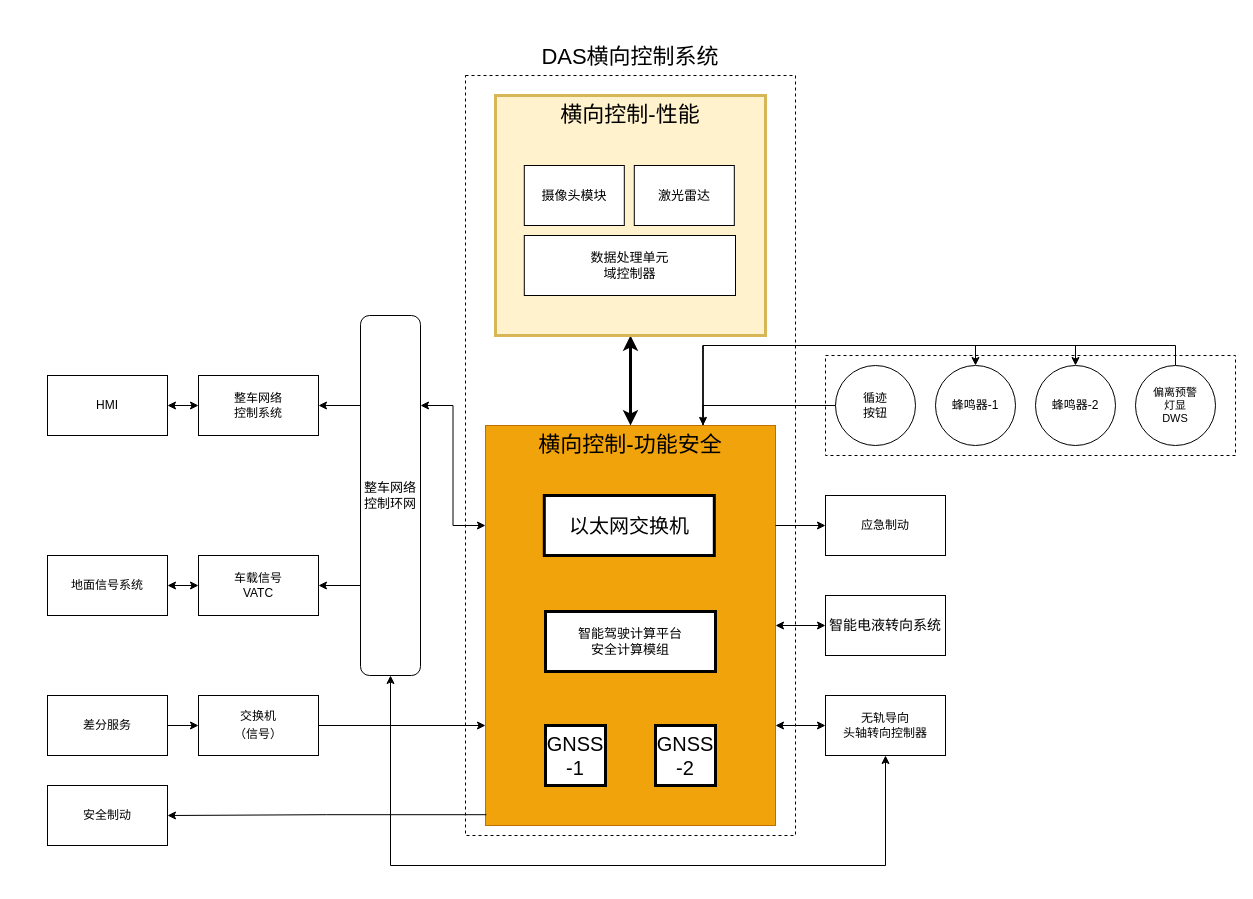
The draw.io diagram page "横向控制安全部分与外部系统关联关系图" (7 of 16) of 马来DAS系统关联关系图.drawio in FrankWong-cs/SharingwithColleagues, before the edit. Source tidied: cells renumbered, new cells numbered last; positions are measured from the earlier drawing's top-left corner, leaving out a move shared by most shapes. Both pictures are drawn from the tidied source at 100%, with x=0, y=0 at pixel (47, 42).
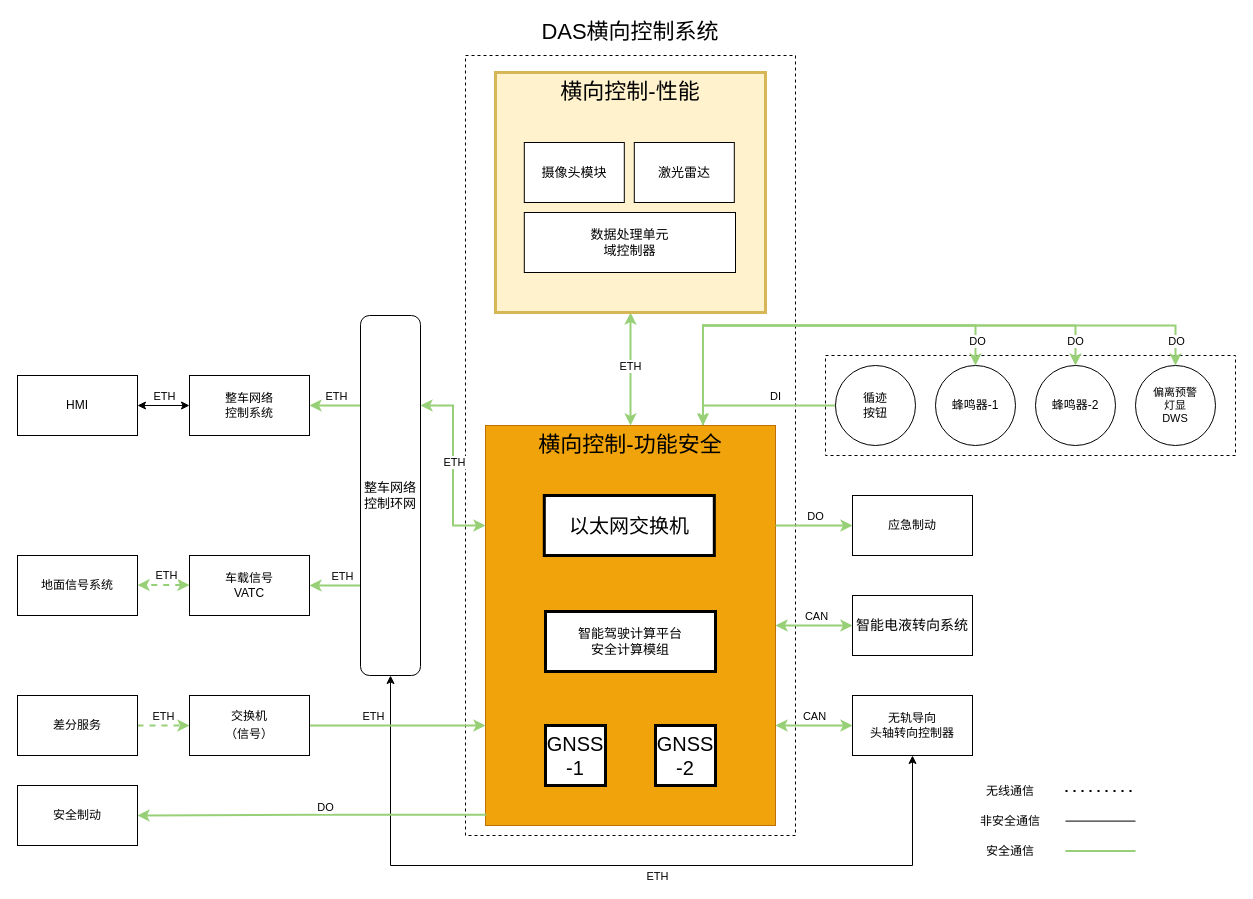
The same diagram, later.

Commit message:
Update 马来DAS系统关联关系图.drawio

The change refers to these unchanged cells:
```xml
<mxCell id="8" value="&lt;div&gt;&lt;div class=&quot;old-record-id-GPKydue6zoJXwUx4ma1c4SqAniA&quot;&gt;&lt;font style=&quot;font-size: 22px;&quot;&gt;横向控制-功能安全&lt;/font&gt;&lt;/div&gt;&lt;/div&gt;" style="rounded=0;whiteSpace=wrap;html=1;fontSize=13;align=center;verticalAlign=top;fillColor=#f0a30a;strokeColor=#BD7000;fontColor=#000000;" parent="1" vertex="1">
  <mxGeometry x="438" y="383" width="290" height="400" as="geometry" />
</mxCell>
<mxCell id="23" value="整车网络&lt;br&gt;控制环网" style="rounded=1;whiteSpace=wrap;html=1;fontSize=13;strokeWidth=1;" parent="1" vertex="1">
  <mxGeometry x="313" y="273" width="60" height="360" as="geometry" />
</mxCell>
<mxCell id="25" style="edgeStyle=orthogonalEdgeStyle;rounded=0;jettySize=auto;html=1;exitX=0;exitY=0.5;exitDx=0;exitDy=0;entryX=1;entryY=0.5;entryDx=0;entryDy=0;startArrow=classic;startFill=1;" parent="1" edge="1" source="26" target="27">
  <mxGeometry relative="1" as="geometry" />
</mxCell>
<mxCell id="37" value="循迹&lt;br&gt;按钮" style="ellipse;whiteSpace=wrap;html=1;" parent="1" vertex="1">
  <mxGeometry x="788" y="323" width="80" height="80" as="geometry" />
</mxCell>
<mxCell id="38" value="蜂鸣器-1" style="ellipse;whiteSpace=wrap;html=1;" parent="1" vertex="1">
  <mxGeometry x="888" y="323" width="80" height="80" as="geometry" />
</mxCell>
<mxCell id="39" value="蜂鸣器-2" style="ellipse;whiteSpace=wrap;html=1;" parent="1" vertex="1">
  <mxGeometry x="988" y="323" width="80" height="80" as="geometry" />
</mxCell>
<mxCell id="45" value="&lt;span style=&quot;font-size: 11px;&quot;&gt;偏离预警&lt;/span&gt;&lt;div style=&quot;font-size: 11px;&quot;&gt;灯显&lt;/div&gt;&lt;div style=&quot;font-size: 11px;&quot;&gt;DWS&lt;/div&gt;" style="ellipse;whiteSpace=wrap;html=1;fontSize=11;" parent="1" vertex="1">
  <mxGeometry x="1088" y="323" width="80" height="80" as="geometry" />
</mxCell>
```

Change to the diagram source:
```diff
@@
     <mxCell id="3" style="rounded=0;whiteSpace=wrap;html=1;dashed=1;fontSize=13;align=center;verticalAlign=top;" parent="1" vertex="1">
-      <mxGeometry x="418" y="33" width="330" height="760" as="geometry" />
+      <mxGeometry x="418" y="13" width="330" height="780" as="geometry" />
     </mxCell>
-    <mxCell id="4" style="edgeStyle=orthogonalEdgeStyle;rounded=0;jettySize=auto;html=1;exitX=0.75;exitY=0;exitDx=0;exitDy=0;entryX=0;entryY=0.5;entryDx=0;entryDy=0;endArrow=none;endFill=0;startArrow=classic;startFill=1;" parent="1" edge="1" source="8" target="37">
+    <mxCell id="4" style="edgeStyle=orthogonalEdgeStyle;rounded=0;jettySize=auto;html=1;exitX=0.75;exitY=0;exitDx=0;exitDy=0;entryX=0;entryY=0.5;entryDx=0;entryDy=0;endArrow=none;endFill=0;startArrow=classic;startFill=1;strokeColor=#97D077;strokeWidth=2;" parent="1" edge="1" source="8" target="37">
       <mxGeometry relative="1" as="geometry" />
     </mxCell>
+    <mxCell id="46" value="DI" style="edgeLabel;html=1;align=center;verticalAlign=middle;" parent="4" vertex="1">
+      <mxGeometry x="0.17" y="-2" relative="1" as="geometry">
+        <mxPoint x="3" y="-12" as="offset" />
+      </mxGeometry>
+    </mxCell>
-    <mxCell id="5" style="edgeStyle=orthogonalEdgeStyle;rounded=0;jettySize=auto;html=1;exitX=0.75;exitY=0;exitDx=0;exitDy=0;entryX=0.5;entryY=0;entryDx=0;entryDy=0;" parent="1" edge="1" source="8" target="38">
-      <mxGeometry relative="1" as="geometry" />
+    <mxCell id="5" style="edgeStyle=orthogonalEdgeStyle;rounded=0;jettySize=auto;html=1;exitX=0.75;exitY=0;exitDx=0;exitDy=0;entryX=0.5;entryY=0;entryDx=0;entryDy=0;strokeColor=#97D077;strokeWidth=2;" parent="1" edge="1" source="8" target="38">
+      <mxGeometry relative="1" as="geometry">
+        <Array as="points">
+          <mxPoint x="655" y="283" />
+          <mxPoint x="928" y="283" />
+        </Array>
+      </mxGeometry>
     </mxCell>
+    <mxCell id="47" value="DO" style="edgeLabel;html=1;align=center;verticalAlign=middle;" parent="5" vertex="1">
+      <mxGeometry x="0.88" y="1" relative="1" as="geometry" />
+    </mxCell>
-    <mxCell id="6" style="edgeStyle=orthogonalEdgeStyle;rounded=0;jettySize=auto;html=1;exitX=0.75;exitY=0;exitDx=0;exitDy=0;entryX=0.5;entryY=0;entryDx=0;entryDy=0;" parent="1" edge="1" source="8" target="39">
-      <mxGeometry relative="1" as="geometry" />
+    <mxCell id="6" style="edgeStyle=orthogonalEdgeStyle;rounded=0;jettySize=auto;html=1;exitX=0.75;exitY=0;exitDx=0;exitDy=0;entryX=0.5;entryY=0;entryDx=0;entryDy=0;strokeColor=#97D077;strokeWidth=2;" parent="1" edge="1" source="8" target="39">
+      <mxGeometry relative="1" as="geometry">
+        <Array as="points">
+          <mxPoint x="655" y="283" />
+          <mxPoint x="1028" y="283" />
+        </Array>
+      </mxGeometry>
     </mxCell>
+    <mxCell id="48" value="DO" style="edgeLabel;html=1;align=center;verticalAlign=middle;" parent="6" vertex="1">
+      <mxGeometry x="0.89" y="-1" relative="1" as="geometry">
+        <mxPoint y="4" as="offset" />
+      </mxGeometry>
+    </mxCell>
-    <mxCell id="7" style="edgeStyle=orthogonalEdgeStyle;rounded=0;jettySize=auto;html=1;exitX=0.75;exitY=0;exitDx=0;exitDy=0;entryX=0.5;entryY=0;entryDx=0;entryDy=0;endArrow=none;endFill=0;startArrow=classicThin;startFill=1;" parent="1" edge="1" source="8" target="45">
-      <mxGeometry relative="1" as="geometry" />
+    <mxCell id="7" style="edgeStyle=orthogonalEdgeStyle;rounded=0;jettySize=auto;html=1;exitX=0.75;exitY=0;exitDx=0;exitDy=0;entryX=0.5;entryY=0;entryDx=0;entryDy=0;endArrow=classic;endFill=1;startArrow=classicThin;startFill=1;strokeColor=#97D077;strokeWidth=2;" parent="1" edge="1" source="8" target="45">
+      <mxGeometry relative="1" as="geometry">
+        <Array as="points">
+          <mxPoint x="655" y="283" />
+          <mxPoint x="1128" y="283" />
+        </Array>
+      </mxGeometry>
     </mxCell>
+    <mxCell id="49" value="DO" style="edgeLabel;html=1;align=center;verticalAlign=middle;" parent="7" vertex="1">
+      <mxGeometry x="0.91" y="2" relative="1" as="geometry">
+        <mxPoint x="-2" y="3" as="offset" />
+      </mxGeometry>
+    </mxCell>
@@
     <mxCell id="11" value="DAS横向控制系统" style="text;html=1;strokeColor=none;fillColor=none;align=center;verticalAlign=middle;whiteSpace=wrap;rounded=0;fontSize=22;" parent="1" vertex="1">
-      <mxGeometry x="428" width="310" height="30" as="geometry" />
+      <mxGeometry x="428" y="-25" width="310" height="30" as="geometry" />
     </mxCell>
-    <mxCell id="12" style="edgeStyle=orthogonalEdgeStyle;rounded=0;jettySize=auto;html=1;exitX=0.5;exitY=1;exitDx=0;exitDy=0;startArrow=classic;startFill=1;strokeWidth=3;" parent="1" edge="1" source="13" target="8">
+    <mxCell id="12" style="edgeStyle=orthogonalEdgeStyle;rounded=0;jettySize=auto;html=1;exitX=0.5;exitY=1;exitDx=0;exitDy=0;startArrow=classic;startFill=1;strokeWidth=2;strokeColor=#97D077;" parent="1" edge="1" source="13" target="8">
       <mxGeometry relative="1" as="geometry" />
     </mxCell>
+    <mxCell id="50" value="ETH" style="edgeLabel;html=1;align=center;verticalAlign=middle;" parent="12" vertex="1">
+      <mxGeometry x="-0.03" y="2" relative="1" as="geometry">
+        <mxPoint x="-3" y="-2" as="offset" />
+      </mxGeometry>
+    </mxCell>
     <mxCell id="13" value="&lt;font style=&quot;font-size: 22px;&quot;&gt;横向控制-性能&lt;/font&gt;" style="rounded=0;whiteSpace=wrap;html=1;fontSize=13;fillColor=#fff2cc;strokeColor=#d6b656;strokeWidth=3;horizontal=1;verticalAlign=top;" parent="1" vertex="1">
-      <mxGeometry x="448" y="53" width="270" height="240" as="geometry" />
+      <mxGeometry x="448" y="30" width="270" height="240" as="geometry" />
     </mxCell>
     <mxCell id="14" value="&lt;div style=&quot;white-space: pre;&quot;&gt;&lt;div&gt;&lt;div&gt;&lt;span style=&quot;font-family: LarkHackSafariFont, LarkEmojiFont, LarkChineseQuote, -apple-system, BlinkMacSystemFont, &amp;quot;Helvetica Neue&amp;quot;, Tahoma, &amp;quot;PingFang SC&amp;quot;, &amp;quot;Microsoft Yahei&amp;quot;, Arial, &amp;quot;Hiragino Sans GB&amp;quot;, sans-serif, &amp;quot;Apple Color Emoji&amp;quot;, &amp;quot;Segoe UI Emoji&amp;quot;, &amp;quot;Segoe UI Symbol&amp;quot;, &amp;quot;Noto Color Emoji&amp;quot;;&quot;&gt;数据处理单元&lt;/span&gt;&lt;/div&gt;&lt;div&gt;&lt;span style=&quot;font-family: LarkHackSafariFont, LarkEmojiFont, LarkChineseQuote, -apple-system, BlinkMacSystemFont, &amp;quot;Helvetica Neue&amp;quot;, Tahoma, &amp;quot;PingFang SC&amp;quot;, &amp;quot;Microsoft Yahei&amp;quot;, Arial, &amp;quot;Hiragino Sans GB&amp;quot;, sans-serif, &amp;quot;Apple Color Emoji&amp;quot;, &amp;quot;Segoe UI Emoji&amp;quot;, &amp;quot;Segoe UI Symbol&amp;quot;, &amp;quot;Noto Color Emoji&amp;quot;;&quot;&gt;域控制器&lt;/span&gt;&lt;/div&gt;&lt;/div&gt;&lt;/div&gt;" style="rounded=0;whiteSpace=wrap;html=1;fontSize=13;strokeWidth=1;" parent="1" vertex="1">
-      <mxGeometry x="476.8" y="193" width="211.2" height="60" as="geometry" />
+      <mxGeometry x="476.8" y="170" width="211.2" height="60" as="geometry" />
     </mxCell>
     <mxCell id="15" value="摄像头模块" style="rounded=0;whiteSpace=wrap;html=1;fontSize=13;strokeWidth=1;" parent="1" vertex="1">
-      <mxGeometry x="476.8" y="123" width="100" height="60" as="geometry" />
+      <mxGeometry x="476.8" y="100" width="100" height="60" as="geometry" />
     </mxCell>
@@
     <mxCell id="18" value="激光雷达" style="rounded=0;whiteSpace=wrap;html=1;fontSize=13;strokeWidth=1;" parent="1" vertex="1">
-      <mxGeometry x="586.8" y="123" width="100" height="60" as="geometry" />
+      <mxGeometry x="586.8" y="100" width="100" height="60" as="geometry" />
     </mxCell>
-    <mxCell id="19" style="edgeStyle=orthogonalEdgeStyle;rounded=0;jettySize=auto;html=1;exitX=1;exitY=0.25;exitDx=0;exitDy=0;entryX=0;entryY=0.25;entryDx=0;entryDy=0;startArrow=classic;startFill=1;" parent="1" edge="1" source="23" target="8">
+    <mxCell id="19" style="edgeStyle=orthogonalEdgeStyle;rounded=0;jettySize=auto;html=1;exitX=1;exitY=0.25;exitDx=0;exitDy=0;entryX=0;entryY=0.25;entryDx=0;entryDy=0;startArrow=classic;startFill=1;strokeColor=#97D077;strokeWidth=2;" parent="1" edge="1" source="23" target="8">
       <mxGeometry relative="1" as="geometry" />
     </mxCell>
+    <mxCell id="51" value="ETH" style="edgeLabel;html=1;align=center;verticalAlign=middle;" parent="19" vertex="1">
+      <mxGeometry x="-0.04" y="1" relative="1" as="geometry" />
+    </mxCell>
-    <mxCell id="20" style="edgeStyle=orthogonalEdgeStyle;rounded=0;jettySize=auto;html=1;exitX=0;exitY=0.25;exitDx=0;exitDy=0;" parent="1" edge="1" source="23" target="26">
+    <mxCell id="20" style="edgeStyle=orthogonalEdgeStyle;rounded=0;jettySize=auto;html=1;exitX=0;exitY=0.25;exitDx=0;exitDy=0;strokeWidth=2;strokeColor=#97D077;" parent="1" edge="1" source="23" target="26">
       <mxGeometry relative="1" as="geometry" />
     </mxCell>
+    <mxCell id="52" value="ETH" style="edgeLabel;html=1;align=center;verticalAlign=middle;" parent="20" vertex="1">
+      <mxGeometry x="0.07" y="-1" relative="1" as="geometry">
+        <mxPoint x="2" y="-9" as="offset" />
+      </mxGeometry>
+    </mxCell>
-    <mxCell id="21" style="edgeStyle=orthogonalEdgeStyle;rounded=0;jettySize=auto;html=1;exitX=0;exitY=0.75;exitDx=0;exitDy=0;entryX=1;entryY=0.5;entryDx=0;entryDy=0;" parent="1" edge="1" source="23" target="36">
+    <mxCell id="21" style="edgeStyle=orthogonalEdgeStyle;rounded=0;jettySize=auto;html=1;exitX=0;exitY=0.75;exitDx=0;exitDy=0;entryX=1;entryY=0.5;entryDx=0;entryDy=0;strokeColor=#97D077;strokeWidth=2;" parent="1" edge="1" source="23" target="36">
       <mxGeometry relative="1" as="geometry" />
     </mxCell>
+    <mxCell id="53" value="ETH" style="edgeLabel;html=1;align=center;verticalAlign=middle;" parent="21" vertex="1">
+      <mxGeometry x="-0.26" relative="1" as="geometry">
+        <mxPoint y="-10" as="offset" />
+      </mxGeometry>
+    </mxCell>
     <mxCell id="22" style="edgeStyle=orthogonalEdgeStyle;rounded=0;jettySize=auto;html=1;exitX=0.5;exitY=1;exitDx=0;exitDy=0;entryX=0.5;entryY=1;entryDx=0;entryDy=0;startArrow=classic;startFill=1;" parent="1" edge="1" source="23" target="33">
       <mxGeometry relative="1" as="geometry">
         <Array as="points">
           <mxPoint x="343" y="823" />
-          <mxPoint x="838" y="823" />
+          <mxPoint x="865" y="823" />
         </Array>
       </mxGeometry>
     </mxCell>
+    <mxCell id="54" value="ETH" style="edgeLabel;html=1;align=center;verticalAlign=middle;" parent="22" vertex="1">
+      <mxGeometry x="-0.2" y="-1" relative="1" as="geometry">
+        <mxPoint x="127" y="9" as="offset" />
+      </mxGeometry>
+    </mxCell>
@@
-    <mxCell id="24" style="edgeStyle=orthogonalEdgeStyle;rounded=0;jettySize=auto;html=1;entryX=1;entryY=0.5;entryDx=0;entryDy=0;exitX=0.003;exitY=0.973;exitDx=0;exitDy=0;exitPerimeter=0;" parent="1" edge="1" source="8" target="40">
+    <mxCell id="24" style="edgeStyle=orthogonalEdgeStyle;rounded=0;jettySize=auto;html=1;entryX=1;entryY=0.5;entryDx=0;entryDy=0;exitX=0.003;exitY=0.973;exitDx=0;exitDy=0;exitPerimeter=0;strokeWidth=2;strokeColor=#97D077;" parent="1" edge="1" source="8" target="40">
       <mxGeometry relative="1" as="geometry" />
     </mxCell>
+    <mxCell id="55" value="DO" style="edgeLabel;html=1;align=center;verticalAlign=middle;" parent="24" vertex="1">
+      <mxGeometry x="-0.08" relative="1" as="geometry">
+        <mxPoint y="-8" as="offset" />
+      </mxGeometry>
+    </mxCell>
@@
+    <mxCell id="56" value="ETH" style="edgeLabel;html=1;align=center;verticalAlign=middle;" parent="25" vertex="1">
+      <mxGeometry y="-1" relative="1" as="geometry">
+        <mxPoint y="-9" as="offset" />
+      </mxGeometry>
+    </mxCell>
     <mxCell id="26" value="整车网络&lt;br&gt;控制系统" style="rounded=0;whiteSpace=wrap;html=1;" parent="1" vertex="1">
-      <mxGeometry x="151" y="333" width="120" height="60" as="geometry" />
+      <mxGeometry x="142" y="333" width="120" height="60" as="geometry" />
     </mxCell>
     <mxCell id="27" value="HMI" style="rounded=0;whiteSpace=wrap;html=1;" parent="1" vertex="1">
-      <mxGeometry y="333" width="120" height="60" as="geometry" />
+      <mxGeometry x="-30" y="333" width="120" height="60" as="geometry" />
     </mxCell>
-    <mxCell id="28" style="edgeStyle=orthogonalEdgeStyle;rounded=0;jettySize=auto;html=1;exitX=0;exitY=0.5;exitDx=0;exitDy=0;entryX=1;entryY=0.25;entryDx=0;entryDy=0;startArrow=classic;startFill=1;endArrow=none;endFill=0;" parent="1" edge="1" source="29" target="8">
+    <mxCell id="28" style="edgeStyle=orthogonalEdgeStyle;rounded=0;jettySize=auto;html=1;exitX=0;exitY=0.5;exitDx=0;exitDy=0;entryX=1;entryY=0.25;entryDx=0;entryDy=0;startArrow=classic;startFill=1;endArrow=none;endFill=0;strokeColor=#97D077;strokeWidth=2;" parent="1" edge="1" source="29" target="8">
       <mxGeometry relative="1" as="geometry" />
     </mxCell>
+    <mxCell id="57" value="DO" style="edgeLabel;html=1;align=center;verticalAlign=middle;" parent="28" vertex="1">
+      <mxGeometry x="-0.05" y="-1" relative="1" as="geometry">
+        <mxPoint x="-1" y="-9" as="offset" />
+      </mxGeometry>
+    </mxCell>
     <mxCell id="29" value="应急制动" style="rounded=0;whiteSpace=wrap;html=1;" parent="1" vertex="1">
-      <mxGeometry x="778" y="453" width="120" height="60" as="geometry" />
+      <mxGeometry x="805" y="453" width="120" height="60" as="geometry" />
     </mxCell>
-    <mxCell id="30" style="edgeStyle=orthogonalEdgeStyle;rounded=0;jettySize=auto;html=1;exitX=0;exitY=0.5;exitDx=0;exitDy=0;entryX=1;entryY=0.5;entryDx=0;entryDy=0;startArrow=classic;startFill=1;" parent="1" edge="1" source="31" target="8">
+    <mxCell id="30" style="edgeStyle=orthogonalEdgeStyle;rounded=0;jettySize=auto;html=1;exitX=0;exitY=0.5;exitDx=0;exitDy=0;entryX=1;entryY=0.5;entryDx=0;entryDy=0;startArrow=classic;startFill=1;strokeColor=#97D077;strokeWidth=2;" parent="1" edge="1" source="31" target="8">
       <mxGeometry relative="1" as="geometry" />
     </mxCell>
+    <mxCell id="58" value="CAN" style="edgeLabel;html=1;align=center;verticalAlign=middle;" parent="30" vertex="1">
+      <mxGeometry x="0.06" y="2" relative="1" as="geometry">
+        <mxPoint x="4" y="-12" as="offset" />
+      </mxGeometry>
+    </mxCell>
     <mxCell id="31" value="&lt;span&gt;&lt;span style=&quot;font-size: 10.5pt;&quot;&gt;智能电液转向系统&lt;/span&gt;&lt;/span&gt;" style="rounded=0;whiteSpace=wrap;html=1;strokeColor=default;align=center;verticalAlign=middle;fontFamily=Helvetica;fontSize=12;fontColor=default;fillColor=default;fontStyle=0;" parent="1" vertex="1">
-      <mxGeometry x="778" y="553" width="120" height="60" as="geometry" />
+      <mxGeometry x="805" y="553" width="120" height="60" as="geometry" />
     </mxCell>
-    <mxCell id="32" style="edgeStyle=orthogonalEdgeStyle;rounded=0;jettySize=auto;html=1;exitX=0;exitY=0.5;exitDx=0;exitDy=0;entryX=1;entryY=0.75;entryDx=0;entryDy=0;startArrow=classic;startFill=1;" parent="1" edge="1" source="33" target="8">
+    <mxCell id="32" style="edgeStyle=orthogonalEdgeStyle;rounded=0;jettySize=auto;html=1;exitX=0;exitY=0.5;exitDx=0;exitDy=0;entryX=1;entryY=0.75;entryDx=0;entryDy=0;startArrow=classic;startFill=1;strokeColor=#97D077;strokeWidth=2;" parent="1" edge="1" source="33" target="8">
       <mxGeometry relative="1" as="geometry" />
     </mxCell>
+    <mxCell id="59" value="CAN" style="edgeLabel;html=1;align=center;verticalAlign=middle;" parent="32" vertex="1">
+      <mxGeometry y="-1" relative="1" as="geometry">
+        <mxPoint y="-9" as="offset" />
+      </mxGeometry>
+    </mxCell>
     <mxCell id="33" value="无轨导向&lt;br&gt;头轴转向控制器" style="rounded=0;whiteSpace=wrap;html=1;" parent="1" vertex="1">
-      <mxGeometry x="778" y="653" width="120" height="60" as="geometry" />
+      <mxGeometry x="805" y="653" width="120" height="60" as="geometry" />
     </mxCell>
     <mxCell id="34" value="地面信号系统" style="rounded=0;whiteSpace=wrap;html=1;" parent="1" vertex="1">
-      <mxGeometry y="513" width="120" height="60" as="geometry" />
+      <mxGeometry x="-30" y="513" width="120" height="60" as="geometry" />
     </mxCell>
-    <mxCell id="35" style="edgeStyle=orthogonalEdgeStyle;rounded=0;jettySize=auto;html=1;exitX=0;exitY=0.5;exitDx=0;exitDy=0;startArrow=classic;startFill=1;" parent="1" edge="1" source="36" target="34">
-      <mxGeometry relative="1" as="geometry" />
+    <mxCell id="35" style="edgeStyle=orthogonalEdgeStyle;rounded=0;orthogonalLoop=1;jettySize=auto;html=1;exitX=0;exitY=0.5;exitDx=0;exitDy=0;startArrow=classic;startFill=1;dashed=1;strokeWidth=2;strokeColor=#97D077;" parent="1" edge="1">
+      <mxGeometry relative="1" as="geometry">
+        <mxPoint x="142" y="542.6" as="sourcePoint" />
+        <mxPoint x="90" y="542.6" as="targetPoint" />
+      </mxGeometry>
     </mxCell>
+    <mxCell id="60" value="ETH" style="edgeLabel;html=1;align=center;verticalAlign=middle;" parent="35" vertex="1">
+      <mxGeometry x="0.14" y="-3" relative="1" as="geometry">
+        <mxPoint x="6" y="-7" as="offset" />
+      </mxGeometry>
+    </mxCell>
     <mxCell id="36" value="车载信号&lt;br&gt;VATC" style="rounded=0;whiteSpace=wrap;html=1;" parent="1" vertex="1">
-      <mxGeometry x="151" y="513" width="120" height="60" as="geometry" />
+      <mxGeometry x="142" y="513" width="120" height="60" as="geometry" />
     </mxCell>
@@
     <mxCell id="40" value="安全制动" style="rounded=0;whiteSpace=wrap;html=1;" parent="1" vertex="1">
-      <mxGeometry y="743" width="120" height="60" as="geometry" />
+      <mxGeometry x="-30" y="743" width="120" height="60" as="geometry" />
     </mxCell>
-    <mxCell id="41" style="edgeStyle=orthogonalEdgeStyle;rounded=0;jettySize=auto;html=1;exitX=1;exitY=0.5;exitDx=0;exitDy=0;entryX=0;entryY=0.75;entryDx=0;entryDy=0;" parent="1" edge="1" source="42" target="8">
+    <mxCell id="41" style="edgeStyle=orthogonalEdgeStyle;rounded=0;jettySize=auto;html=1;exitX=1;exitY=0.5;exitDx=0;exitDy=0;entryX=0;entryY=0.75;entryDx=0;entryDy=0;strokeWidth=2;strokeColor=#97D077;" parent="1" edge="1" source="42" target="8">
       <mxGeometry relative="1" as="geometry" />
     </mxCell>
+    <mxCell id="61" value="ETH" style="edgeLabel;html=1;align=center;verticalAlign=middle;" parent="41" vertex="1">
+      <mxGeometry x="-0.34" y="-1" relative="1" as="geometry">
+        <mxPoint x="5" y="-11" as="offset" />
+      </mxGeometry>
+    </mxCell>
     <mxCell id="42" value="交换机&lt;br&gt;（信号）&lt;span style=&quot;font-size: medium; text-align: start;&quot;&gt;&lt;/span&gt;" style="rounded=0;whiteSpace=wrap;html=1;" parent="1" vertex="1">
-      <mxGeometry x="151" y="653" width="120" height="60" as="geometry" />
+      <mxGeometry x="142" y="653" width="120" height="60" as="geometry" />
     </mxCell>
-    <mxCell id="43" style="edgeStyle=orthogonalEdgeStyle;rounded=0;jettySize=auto;html=1;exitX=1;exitY=0.5;exitDx=0;exitDy=0;" parent="1" edge="1" source="44" target="42">
+    <mxCell id="43" style="edgeStyle=orthogonalEdgeStyle;rounded=0;jettySize=auto;html=1;exitX=1;exitY=0.5;exitDx=0;exitDy=0;dashed=1;strokeWidth=2;strokeColor=#97D077;" parent="1" edge="1" source="44" target="42">
       <mxGeometry relative="1" as="geometry" />
     </mxCell>
+    <mxCell id="62" value="ETH" style="edgeLabel;html=1;align=center;verticalAlign=middle;" parent="43" vertex="1">
+      <mxGeometry x="-0.04" y="2" relative="1" as="geometry">
+        <mxPoint y="-8" as="offset" />
+      </mxGeometry>
+    </mxCell>
     <mxCell id="44" value="差分服务" style="rounded=0;whiteSpace=wrap;html=1;" parent="1" vertex="1">
-      <mxGeometry y="653" width="120" height="60" as="geometry" />
+      <mxGeometry x="-30" y="653" width="120" height="60" as="geometry" />
     </mxCell>
@@
+    <mxCell id="63" value="无线通信" style="text;html=1;align=center;verticalAlign=middle;whiteSpace=wrap;rounded=0;" parent="1" vertex="1">
+      <mxGeometry x="928" y="734" width="70" height="30" as="geometry" />
+    </mxCell>
+    <mxCell id="64" style="endArrow=none;dashed=1;html=1;dashPattern=1 3;strokeWidth=2;rounded=0;" parent="1" edge="1">
+      <mxGeometry relative="1" as="geometry">
+        <mxPoint x="1018" y="748.6" as="sourcePoint" />
+        <mxPoint x="1088" y="748.6" as="targetPoint" />
+      </mxGeometry>
+    </mxCell>
+    <mxCell id="65" value="非安全通信" style="text;html=1;align=center;verticalAlign=middle;whiteSpace=wrap;rounded=0;" parent="1" vertex="1">
+      <mxGeometry x="928" y="764" width="70" height="30" as="geometry" />
+    </mxCell>
+    <mxCell id="66" value="安全通信" style="text;html=1;align=center;verticalAlign=middle;whiteSpace=wrap;rounded=0;" parent="1" vertex="1">
+      <mxGeometry x="928" y="794" width="70" height="30" as="geometry" />
+    </mxCell>
+    <mxCell id="67" style="endArrow=none;html=1;rounded=0;" parent="1" edge="1">
+      <mxGeometry relative="1" as="geometry">
+        <mxPoint x="1018" y="778.6" as="sourcePoint" />
+        <mxPoint x="1088" y="778.6" as="targetPoint" />
+      </mxGeometry>
+    </mxCell>
+    <mxCell id="68" style="endArrow=none;html=1;rounded=0;strokeColor=#97D077;strokeWidth=2;" parent="1" edge="1">
+      <mxGeometry relative="1" as="geometry">
+        <mxPoint x="1018" y="808.6" as="sourcePoint" />
+        <mxPoint x="1088" y="808.6" as="targetPoint" />
+      </mxGeometry>
+    </mxCell>
```
